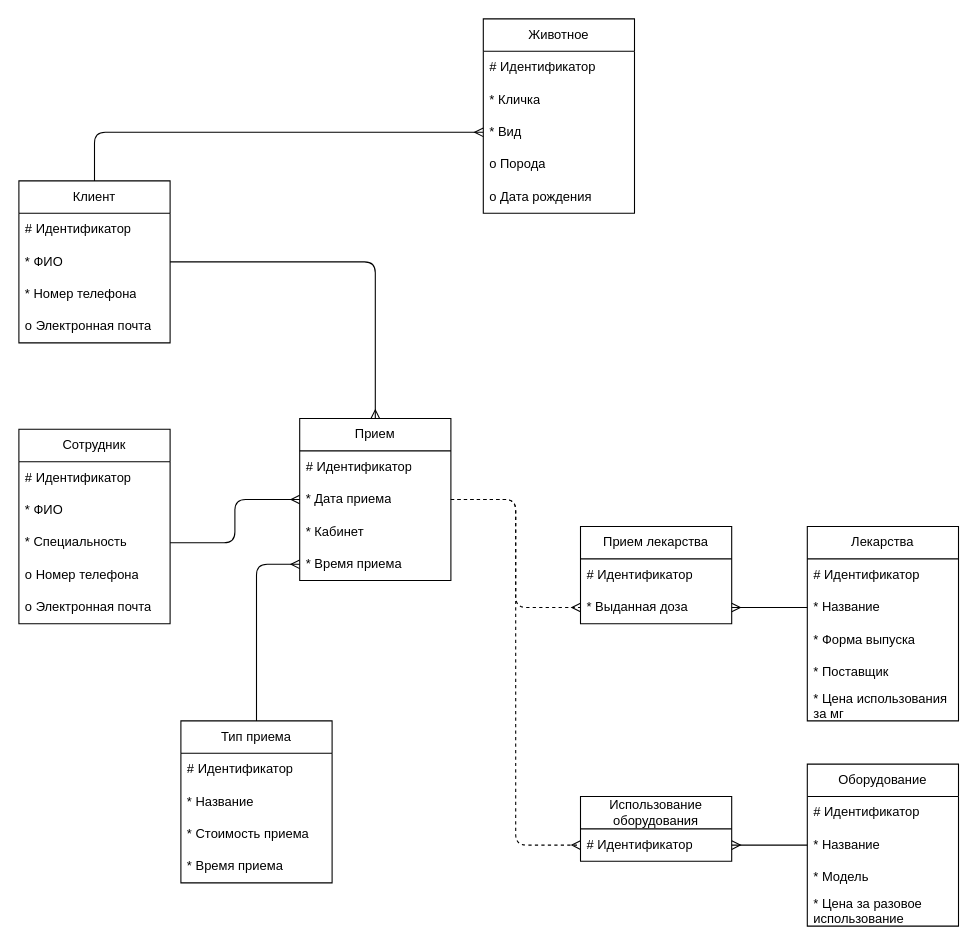
This is entity_diagram.drawio from n1kolaypython/vetclinic_service, a draw.io file, before an edit. Source tidied: cells renumbered, new cells numbered last; positions are measured from the earlier drawing's top-left corner, leaving out a move shared by most shapes. Both pictures are drawn from the tidied source at 108%, with x=0, y=0 at pixel (18, 18).
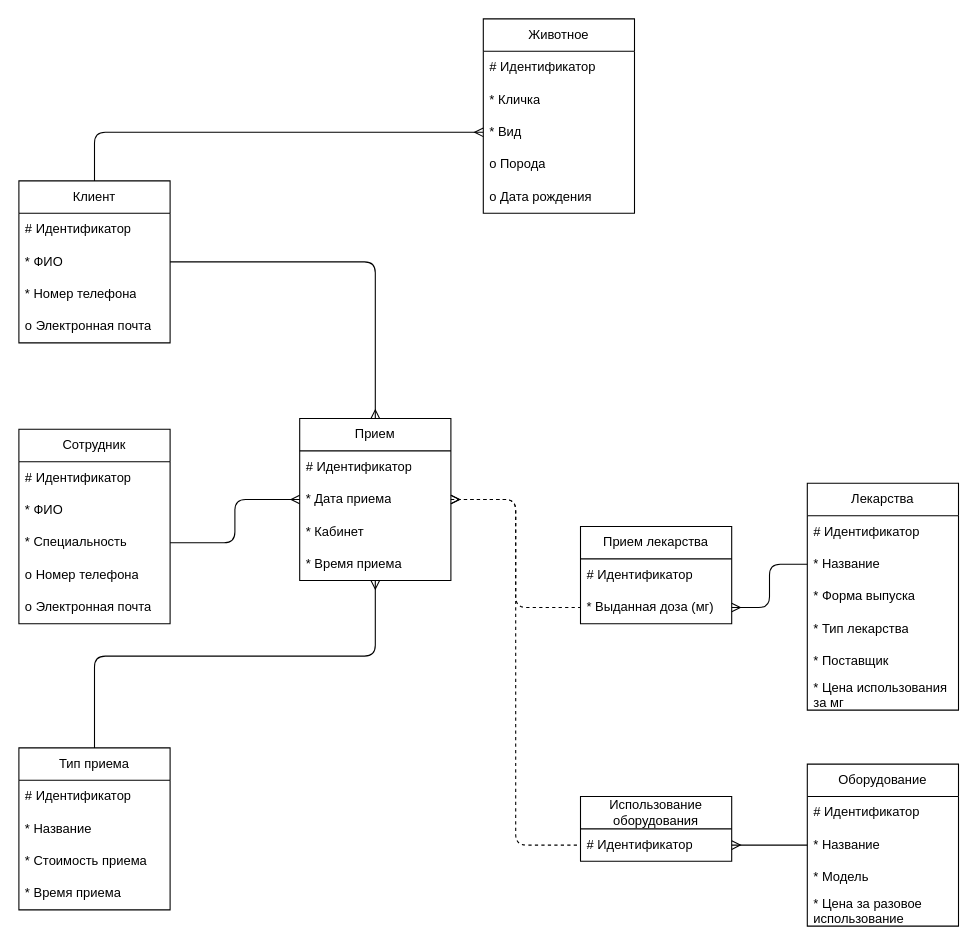
The same page after the edit.

The change refers to these unchanged cells:
```xml
<mxCell id="16" value="* Дата приема" style="text;strokeColor=none;fillColor=none;align=left;verticalAlign=middle;spacingLeft=4;spacingRight=4;overflow=hidden;points=[[0,0.5],[1,0.5]];portConstraint=eastwest;whiteSpace=wrap;html=1;" parent="14" vertex="1">
  <mxGeometry y="60" width="140" height="30" as="geometry" />
</mxCell>
<mxCell id="18" value="* Время приема" style="text;strokeColor=none;fillColor=none;align=left;verticalAlign=middle;spacingLeft=4;spacingRight=4;overflow=hidden;points=[[0,0.5],[1,0.5]];portConstraint=eastwest;whiteSpace=wrap;html=1;" parent="14" vertex="1">
  <mxGeometry y="120" width="140" height="30" as="geometry" />
</mxCell>
<mxCell id="38" value="Прием лекарства" style="swimlane;fontStyle=0;horizontal=1;startSize=30;whiteSpace=wrap;html=1;" parent="1" vertex="1">
  <mxGeometry x="520" y="470" width="140" height="90" as="geometry" />
</mxCell>
<mxCell id="44" value="# Идентификатор" style="text;strokeColor=none;fillColor=none;align=left;verticalAlign=middle;spacingLeft=4;spacingRight=4;overflow=hidden;points=[[0,0.5],[1,0.5]];portConstraint=eastwest;whiteSpace=wrap;html=1;" parent="43" vertex="1">
  <mxGeometry y="30" width="140" height="30" as="geometry" />
</mxCell>
```

What changed in the source:
```diff
@@
     <mxCell id="32" value="Лекарства" style="swimlane;fontStyle=0;horizontal=1;startSize=30;whiteSpace=wrap;html=1;" parent="1" vertex="1">
-      <mxGeometry x="730" y="470" width="140" height="180" as="geometry" />
+      <mxGeometry x="730" y="430" width="140" height="210" as="geometry" />
     </mxCell>
@@
+    <mxCell id="53" value="* Тип лекарства" style="text;strokeColor=none;fillColor=none;align=left;verticalAlign=middle;spacingLeft=4;spacingRight=4;overflow=hidden;whiteSpace=wrap;html=1;" parent="32" vertex="1">
+      <mxGeometry y="120" width="140" height="30" as="geometry" />
+    </mxCell>
     <mxCell id="36" value="* Поставщик" style="text;strokeColor=none;fillColor=none;align=left;verticalAlign=middle;spacingLeft=4;spacingRight=4;overflow=hidden;whiteSpace=wrap;html=1;" parent="32" vertex="1">
-      <mxGeometry y="120" width="140" height="30" as="geometry" />
+      <mxGeometry y="150" width="140" height="30" as="geometry" />
     </mxCell>
     <mxCell id="37" value="* Цена использования за мг" style="text;strokeColor=none;fillColor=none;align=left;verticalAlign=middle;spacingLeft=4;spacingRight=4;overflow=hidden;whiteSpace=wrap;html=1;" parent="32" vertex="1">
-      <mxGeometry y="150" width="140" height="30" as="geometry" />
+      <mxGeometry y="180" width="140" height="30" as="geometry" />
     </mxCell>
@@
-    <mxCell id="40" value="* Выданная доза" style="text;strokeColor=none;fillColor=none;align=left;verticalAlign=middle;spacingLeft=4;spacingRight=4;overflow=hidden;points=[[0,0.5],[1,0.5]];portConstraint=eastwest;whiteSpace=wrap;html=1;" parent="38" vertex="1">
+    <mxCell id="40" value="* Выданная доза (мг)" style="text;strokeColor=none;fillColor=none;align=left;verticalAlign=middle;spacingLeft=4;spacingRight=4;overflow=hidden;points=[[0,0.5],[1,0.5]];portConstraint=eastwest;whiteSpace=wrap;html=1;" parent="38" vertex="1">
       <mxGeometry y="60" width="140" height="30" as="geometry" />
     </mxCell>
-    <mxCell id="41" style="edgeStyle=orthogonalEdgeStyle;html=1;endArrow=ERmany;endFill=0;entryX=0;entryY=0.5;entryDx=0;entryDy=0;dashed=1;" parent="1" edge="1" source="16" target="40">
+    <mxCell id="41" style="edgeStyle=orthogonalEdgeStyle;html=1;endArrow=none;endFill=0;entryX=0;entryY=0.5;entryDx=0;entryDy=0;dashed=1;startArrow=ERmany;startFill=0;" parent="1" edge="1" source="16" target="40">
       <mxGeometry relative="1" as="geometry" />
     </mxCell>
@@
-    <mxCell id="46" style="edgeStyle=orthogonalEdgeStyle;html=1;entryX=0;entryY=0.5;entryDx=0;entryDy=0;endArrow=ERmany;endFill=0;dashed=1;" parent="1" edge="1" source="16" target="44">
+    <mxCell id="46" style="edgeStyle=orthogonalEdgeStyle;html=1;entryX=0;entryY=0.5;entryDx=0;entryDy=0;endArrow=none;endFill=0;dashed=1;startArrow=ERmany;startFill=0;" parent="1" edge="1" source="16" target="44">
       <mxGeometry relative="1" as="geometry" />
     </mxCell>
     <mxCell id="47" style="edgeStyle=orthogonalEdgeStyle;html=1;endArrow=ERmany;endFill=0;" parent="1" edge="1" source="48" target="18">
-      <mxGeometry relative="1" as="geometry" />
+      <mxGeometry relative="1" as="geometry">
+        <Array as="points">
+          <mxPoint x="70" y="590" />
+          <mxPoint x="330" y="590" />
+        </Array>
+      </mxGeometry>
     </mxCell>
     <mxCell id="48" value="Тип приема" style="swimlane;fontStyle=0;horizontal=1;startSize=30;whiteSpace=wrap;html=1;" parent="1" vertex="1">
-      <mxGeometry x="150" y="650" width="140" height="150" as="geometry" />
+      <mxGeometry y="675" width="140" height="150" as="geometry" />
     </mxCell>
```
